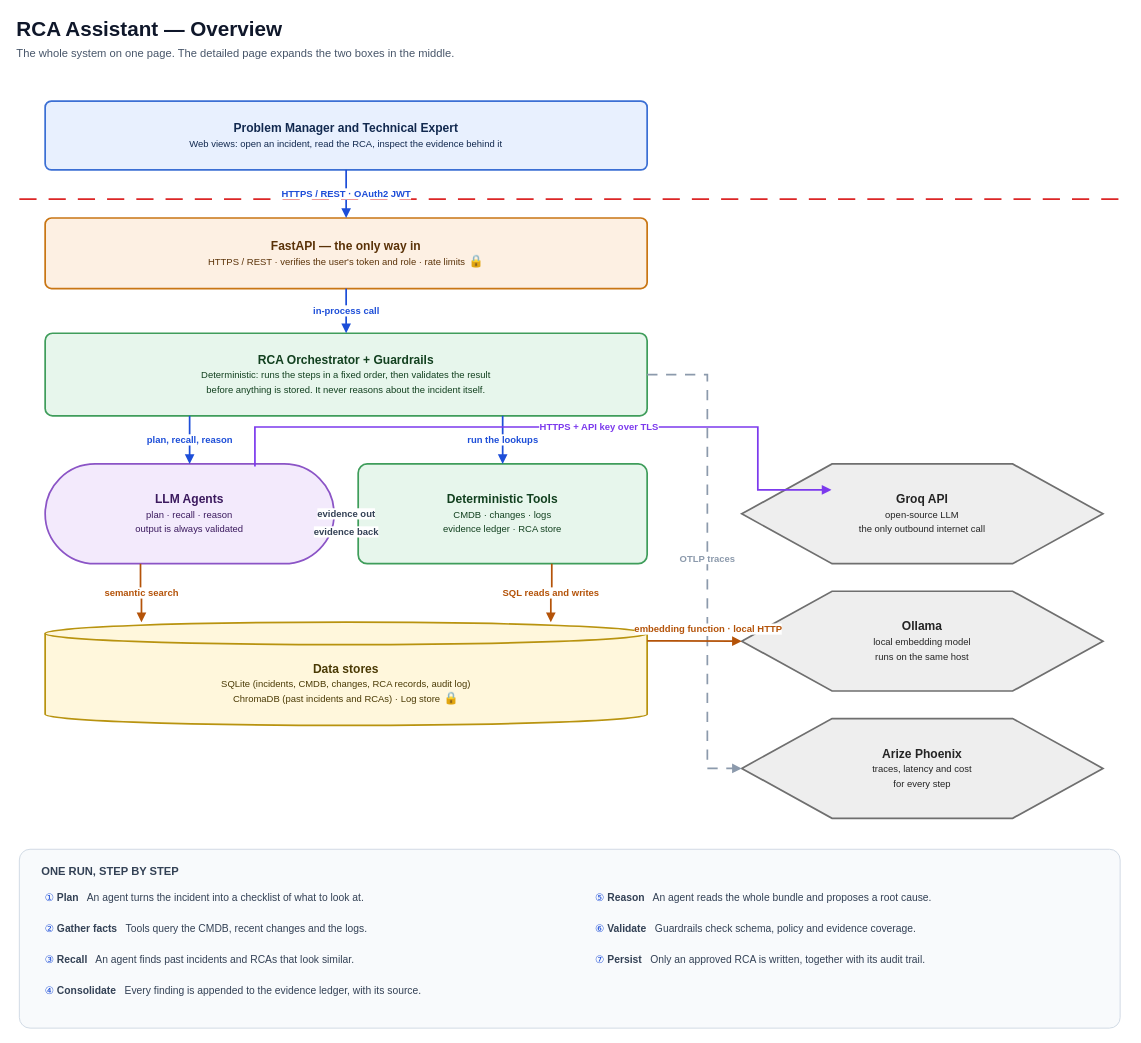
cristivalea/root-cause-analysis keeps this draw.io diagram as page "1 Overview" (1 of 2) of diagrams/04-architecture/rca-architecture.drawio. Above is the earlier version. Source tidied: cells renumbered, new cells numbered last; positions are measured from the earlier drawing's top-left corner, leaving out a move shared by most shapes. Both pictures are drawn from the tidied source at 86%, with x=0, y=0 at pixel (15, 15).
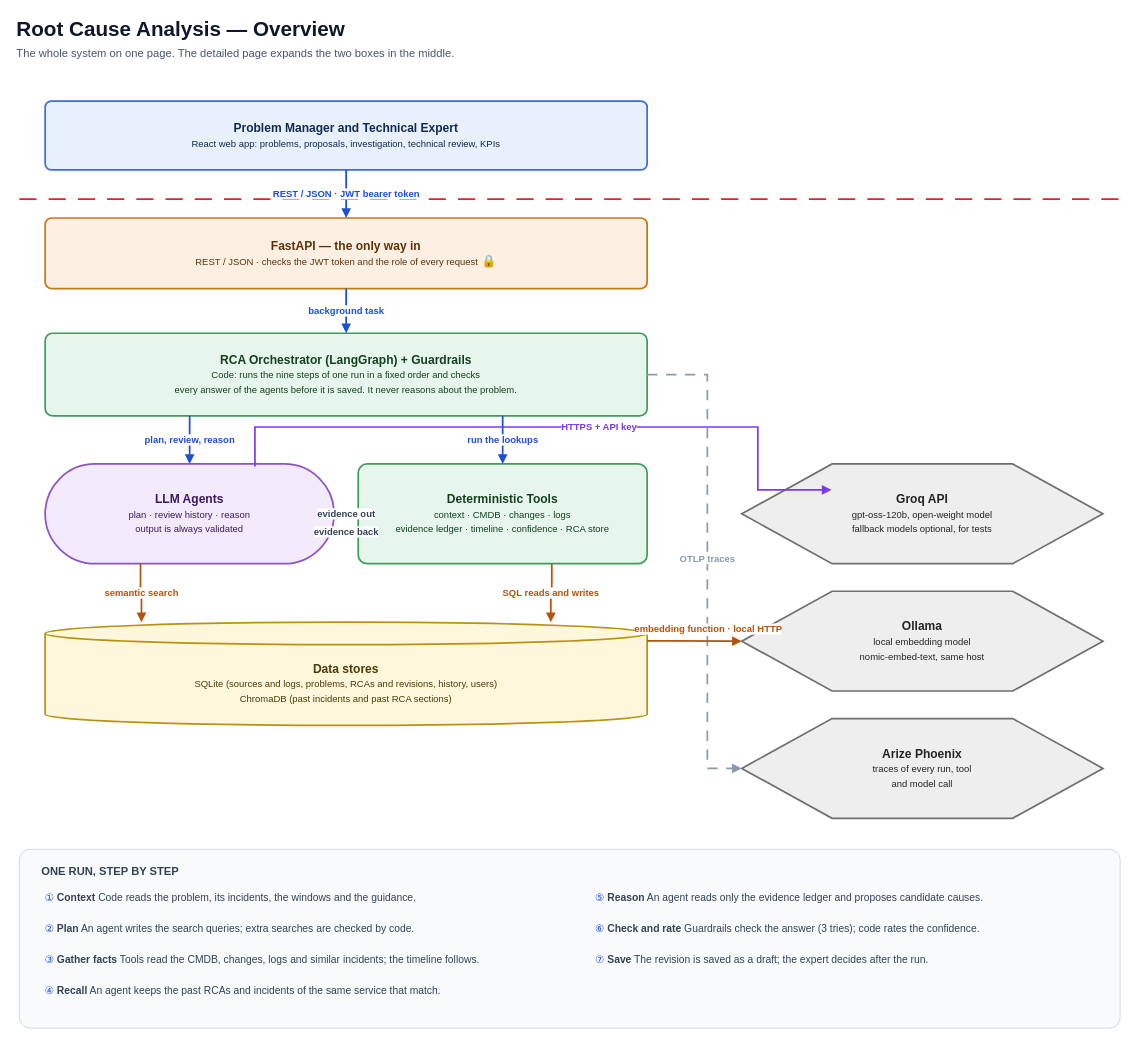
The same diagram, later.

What changed in the source:
```diff
@@
-    <mxCell id="2" value="&lt;b&gt;Problem Manager  and  Technical Expert&lt;/b&gt;&lt;br&gt;&lt;font style='font-size:11px'&gt;Web views: open an incident, read the RCA, inspect the evidence behind it&lt;/font&gt;" style="rounded=1;arcSize=9;whiteSpace=wrap;html=1;fillColor=#E8F0FE;strokeColor=#3B6FD4;fontColor=#12294F;strokeWidth=2;align=center;verticalAlign=middle;fontSize=14;" parent="1" vertex="1">
+    <mxCell id="2" value="&lt;b&gt;Problem Manager  and  Technical Expert&lt;/b&gt;&lt;br&gt;&lt;font style='font-size:11px'&gt;React web app: problems, proposals, investigation, technical review, KPIs&lt;/font&gt;" style="rounded=1;arcSize=9;whiteSpace=wrap;html=1;fillColor=#E8F0FE;strokeColor=#3B6FD4;fontColor=#12294F;strokeWidth=2;align=center;verticalAlign=middle;fontSize=14;" parent="1" vertex="1">
       <mxGeometry x="35" y="100" width="700" height="80" as="geometry" />
     </mxCell>
-    <mxCell id="3" value="&lt;b&gt;FastAPI  —  the only way in&lt;/b&gt;&lt;br&gt;&lt;font style='font-size:11px'&gt;HTTPS / REST  ·  verifies the user's token and role  ·  rate limits&lt;/font&gt; 🔒" style="rounded=1;arcSize=9;whiteSpace=wrap;html=1;fillColor=#FDF0E3;strokeColor=#C97614;fontColor=#5A3208;strokeWidth=2;align=center;verticalAlign=middle;fontSize=14;" parent="1" vertex="1">
+    <mxCell id="3" value="&lt;b&gt;FastAPI  —  the only way in&lt;/b&gt;&lt;br&gt;&lt;font style='font-size:11px'&gt;REST / JSON  ·  checks the JWT token and the role of every request&lt;/font&gt; 🔒" style="rounded=1;arcSize=9;whiteSpace=wrap;html=1;fillColor=#FDF0E3;strokeColor=#C97614;fontColor=#5A3208;strokeWidth=2;align=center;verticalAlign=middle;fontSize=14;" parent="1" vertex="1">
       <mxGeometry x="35" y="236" width="700" height="82" as="geometry" />
     </mxCell>
-    <mxCell id="4" value="&lt;b&gt;RCA Orchestrator  +  Guardrails&lt;/b&gt;&lt;br&gt;&lt;font style='font-size:11px'&gt;Deterministic: runs the steps in a fixed order, then validates the result&lt;/font&gt;&lt;br&gt;&lt;font style='font-size:11px'&gt;before anything is stored. It never reasons about the incident itself.&lt;/font&gt;" style="rounded=1;arcSize=9;whiteSpace=wrap;html=1;fillColor=#E7F6EC;strokeColor=#3F9D5B;fontColor=#12401F;strokeWidth=2;align=center;verticalAlign=middle;fontSize=14;" parent="1" vertex="1">
+    <mxCell id="4" value="&lt;b&gt;RCA Orchestrator (LangGraph)  +  Guardrails&lt;/b&gt;&lt;br&gt;&lt;font style='font-size:11px'&gt;Code: runs the nine steps of one run in a fixed order and checks&lt;/font&gt;&lt;br&gt;&lt;font style='font-size:11px'&gt;every answer of the agents before it is saved. It never reasons about the problem.&lt;/font&gt;" style="rounded=1;arcSize=9;whiteSpace=wrap;html=1;fillColor=#E7F6EC;strokeColor=#3F9D5B;fontColor=#12401F;strokeWidth=2;align=center;verticalAlign=middle;fontSize=14;" parent="1" vertex="1">
       <mxGeometry x="35" y="370" width="700" height="96" as="geometry" />
     </mxCell>
-    <mxCell id="5" value="&lt;b&gt;LLM Agents&lt;/b&gt;&lt;br&gt;&lt;font style='font-size:11px'&gt;plan  ·  recall  ·  reason&lt;/font&gt;&lt;br&gt;&lt;font style='font-size:11px'&gt;output is always validated&lt;/font&gt;" style="rounded=1;arcSize=50;whiteSpace=wrap;html=1;fillColor=#F3EAFC;strokeColor=#8B54C6;fontColor=#3B1A5E;strokeWidth=2;align=center;verticalAlign=middle;fontSize=14;" parent="1" vertex="1">
+    <mxCell id="5" value="&lt;b&gt;LLM Agents&lt;/b&gt;&lt;br&gt;&lt;font style='font-size:11px'&gt;plan  ·  review history  ·  reason&lt;/font&gt;&lt;br&gt;&lt;font style='font-size:11px'&gt;output is always validated&lt;/font&gt;" style="rounded=1;arcSize=50;whiteSpace=wrap;html=1;fillColor=#F3EAFC;strokeColor=#8B54C6;fontColor=#3B1A5E;strokeWidth=2;align=center;verticalAlign=middle;fontSize=14;" parent="1" vertex="1">
       <mxGeometry x="35" y="522" width="336" height="116" as="geometry" />
     </mxCell>
-    <mxCell id="6" value="&lt;b&gt;Deterministic Tools&lt;/b&gt;&lt;br&gt;&lt;font style='font-size:11px'&gt;CMDB  ·  changes  ·  logs&lt;/font&gt;&lt;br&gt;&lt;font style='font-size:11px'&gt;evidence ledger  ·  RCA store&lt;/font&gt;" style="rounded=1;arcSize=9;whiteSpace=wrap;html=1;fillColor=#E7F6EC;strokeColor=#3F9D5B;fontColor=#12401F;strokeWidth=2;align=center;verticalAlign=middle;fontSize=14;" parent="1" vertex="1">
+    <mxCell id="6" value="&lt;b&gt;Deterministic Tools&lt;/b&gt;&lt;br&gt;&lt;font style='font-size:11px'&gt;context  ·  CMDB  ·  changes  ·  logs&lt;/font&gt;&lt;br&gt;&lt;font style='font-size:11px'&gt;evidence ledger  ·  timeline  ·  confidence  ·  RCA store&lt;/font&gt;" style="rounded=1;arcSize=9;whiteSpace=wrap;html=1;fillColor=#E7F6EC;strokeColor=#3F9D5B;fontColor=#12401F;strokeWidth=2;align=center;verticalAlign=middle;fontSize=14;" parent="1" vertex="1">
       <mxGeometry x="399" y="522" width="336" height="116" as="geometry" />
     </mxCell>
-    <mxCell id="7" value="&lt;b&gt;Data stores&lt;/b&gt;&lt;br&gt;&lt;font style='font-size:11px'&gt;SQLite  (incidents, CMDB, changes, RCA records, audit log)&lt;/font&gt;&lt;br&gt;&lt;font style='font-size:11px'&gt;ChromaDB  (past incidents and RCAs)   ·   Log store&lt;/font&gt; 🔒" style="shape=cylinder3;boundedLbl=1;backgroundOutline=1;size=13;whiteSpace=wrap;html=1;fillColor=#FFF7DC;strokeColor=#B8930F;fontColor=#4A3A05;strokeWidth=2;align=center;verticalAlign=middle;fontSize=14;" parent="1" vertex="1">
+    <mxCell id="7" value="&lt;b&gt;Data stores&lt;/b&gt;&lt;br&gt;&lt;font style='font-size:11px'&gt;SQLite  (sources and logs, problems, RCAs and revisions, history, users)&lt;/font&gt;&lt;br&gt;&lt;font style='font-size:11px'&gt;ChromaDB  (past incidents and past RCA sections)&lt;/font&gt;" style="shape=cylinder3;boundedLbl=1;backgroundOutline=1;size=13;whiteSpace=wrap;html=1;fillColor=#FFF7DC;strokeColor=#B8930F;fontColor=#4A3A05;strokeWidth=2;align=center;verticalAlign=middle;fontSize=14;" parent="1" vertex="1">
       <mxGeometry x="35" y="706" width="700" height="120" as="geometry" />
     </mxCell>
-    <mxCell id="8" value="&lt;b&gt;Groq API&lt;/b&gt;&lt;br&gt;&lt;font style='font-size:11px'&gt;open-source LLM&lt;/font&gt;&lt;br&gt;&lt;font style='font-size:11px'&gt;the only outbound internet call&lt;/font&gt;" style="shape=hexagon;perimeter=hexagonPerimeter2;whiteSpace=wrap;html=1;fillColor=#EEEEEE;strokeColor=#6F6F6F;fontColor=#242424;strokeWidth=2;align=center;verticalAlign=middle;fontSize=14;" parent="1" vertex="1">
+    <mxCell id="8" value="&lt;b&gt;Groq API&lt;/b&gt;&lt;br&gt;&lt;font style='font-size:11px'&gt;gpt-oss-120b, open-weight model&lt;/font&gt;&lt;br&gt;&lt;font style='font-size:11px'&gt;fallback models optional, for tests&lt;/font&gt;" style="shape=hexagon;perimeter=hexagonPerimeter2;whiteSpace=wrap;html=1;fillColor=#EEEEEE;strokeColor=#6F6F6F;fontColor=#242424;strokeWidth=2;align=center;verticalAlign=middle;fontSize=14;" parent="1" vertex="1">
       <mxGeometry x="845" y="522" width="420" height="116" as="geometry" />
     </mxCell>
-    <mxCell id="9" value="&lt;b&gt;Ollama&lt;/b&gt;&lt;br&gt;&lt;font style='font-size:11px'&gt;local embedding model&lt;/font&gt;&lt;br&gt;&lt;font style='font-size:11px'&gt;runs on the same host&lt;/font&gt;" style="shape=hexagon;perimeter=hexagonPerimeter2;whiteSpace=wrap;html=1;fillColor=#EEEEEE;strokeColor=#6F6F6F;fontColor=#242424;strokeWidth=2;align=center;verticalAlign=middle;fontSize=14;" parent="1" vertex="1">
+    <mxCell id="9" value="&lt;b&gt;Ollama&lt;/b&gt;&lt;br&gt;&lt;font style='font-size:11px'&gt;local embedding model&lt;/font&gt;&lt;br&gt;&lt;font style='font-size:11px'&gt;nomic-embed-text, same host&lt;/font&gt;" style="shape=hexagon;perimeter=hexagonPerimeter2;whiteSpace=wrap;html=1;fillColor=#EEEEEE;strokeColor=#6F6F6F;fontColor=#242424;strokeWidth=2;align=center;verticalAlign=middle;fontSize=14;" parent="1" vertex="1">
       <mxGeometry x="845" y="670" width="420" height="116" as="geometry" />
     </mxCell>
-    <mxCell id="10" value="&lt;b&gt;Arize Phoenix&lt;/b&gt;&lt;br&gt;&lt;font style='font-size:11px'&gt;traces, latency and cost&lt;/font&gt;&lt;br&gt;&lt;font style='font-size:11px'&gt;for every step&lt;/font&gt;" style="shape=hexagon;perimeter=hexagonPerimeter2;whiteSpace=wrap;html=1;fillColor=#EEEEEE;strokeColor=#6F6F6F;fontColor=#242424;strokeWidth=2;align=center;verticalAlign=middle;fontSize=14;" parent="1" vertex="1">
+    <mxCell id="10" value="&lt;b&gt;Arize Phoenix&lt;/b&gt;&lt;br&gt;&lt;font style='font-size:11px'&gt;traces of every run, tool&lt;/font&gt;&lt;br&gt;&lt;font style='font-size:11px'&gt;and model call&lt;/font&gt;" style="shape=hexagon;perimeter=hexagonPerimeter2;whiteSpace=wrap;html=1;fillColor=#EEEEEE;strokeColor=#6F6F6F;fontColor=#242424;strokeWidth=2;align=center;verticalAlign=middle;fontSize=14;" parent="1" vertex="1">
       <mxGeometry x="845" y="818" width="420" height="116" as="geometry" />
     </mxCell>
-    <mxCell id="11" value="&lt;b&gt;RCA Assistant — Overview&lt;/b&gt;" style="text;html=1;strokeColor=none;fillColor=none;align=left;verticalAlign=middle;whiteSpace=wrap;rounded=0;fontSize=24;fontColor=#0F172A;fontStyle=1;" parent="1" vertex="1">
+    <mxCell id="11" value="&lt;b&gt;Root Cause Analysis — Overview&lt;/b&gt;" style="text;html=1;strokeColor=none;fillColor=none;align=left;verticalAlign=middle;whiteSpace=wrap;rounded=0;fontSize=24;fontColor=#0F172A;fontStyle=1;" parent="1" vertex="1">
       <mxGeometry width="800" height="34" as="geometry" />
     </mxCell>
@@
-    <mxCell id="14" value="HTTPS / REST · OAuth2 JWT" style="edgeStyle=orthogonalEdgeStyle;rounded=0;html=1;jettySize=auto;strokeColor=#1D4ED8;strokeWidth=2;endArrow=block;endFill=1;fontSize=11;fontStyle=1;fontColor=#1D4ED8;labelBackgroundColor=#FFFFFF;exitX=0.5;exitY=1;exitDx=0;exitDy=0;entryX=0.5;entryY=0;entryDx=0;entryDy=0;" parent="1" edge="1" source="2" target="3">
+    <mxCell id="14" value="REST / JSON · JWT bearer token" style="edgeStyle=orthogonalEdgeStyle;rounded=0;html=1;jettySize=auto;strokeColor=#1D4ED8;strokeWidth=2;endArrow=block;endFill=1;fontSize=11;fontStyle=1;fontColor=#1D4ED8;labelBackgroundColor=#FFFFFF;exitX=0.5;exitY=1;exitDx=0;exitDy=0;entryX=0.5;entryY=0;entryDx=0;entryDy=0;" parent="1" edge="1" source="2" target="3">
       <mxGeometry relative="1" as="geometry" />
     </mxCell>
-    <mxCell id="15" value="in-process call" style="edgeStyle=orthogonalEdgeStyle;rounded=0;html=1;jettySize=auto;strokeColor=#1D4ED8;strokeWidth=2;endArrow=block;endFill=1;fontSize=11;fontStyle=1;fontColor=#1D4ED8;labelBackgroundColor=#FFFFFF;exitX=0.5;exitY=1;exitDx=0;exitDy=0;entryX=0.5;entryY=0;entryDx=0;entryDy=0;" parent="1" edge="1" source="3" target="4">
+    <mxCell id="15" value="background task" style="edgeStyle=orthogonalEdgeStyle;rounded=0;html=1;jettySize=auto;strokeColor=#1D4ED8;strokeWidth=2;endArrow=block;endFill=1;fontSize=11;fontStyle=1;fontColor=#1D4ED8;labelBackgroundColor=#FFFFFF;exitX=0.5;exitY=1;exitDx=0;exitDy=0;entryX=0.5;entryY=0;entryDx=0;entryDy=0;" parent="1" edge="1" source="3" target="4">
       <mxGeometry relative="1" as="geometry" />
     </mxCell>
-    <mxCell id="16" value="plan, recall, reason" style="edgeStyle=orthogonalEdgeStyle;rounded=0;html=1;jettySize=auto;strokeColor=#1D4ED8;strokeWidth=2;endArrow=block;endFill=1;fontSize=11;fontStyle=1;fontColor=#1D4ED8;labelBackgroundColor=#FFFFFF;exitX=0.24;exitY=1;exitDx=0;exitDy=0;entryX=0.5;entryY=0;entryDx=0;entryDy=0;" parent="1" edge="1" source="4" target="5">
+    <mxCell id="16" value="plan, review, reason" style="edgeStyle=orthogonalEdgeStyle;rounded=0;html=1;jettySize=auto;strokeColor=#1D4ED8;strokeWidth=2;endArrow=block;endFill=1;fontSize=11;fontStyle=1;fontColor=#1D4ED8;labelBackgroundColor=#FFFFFF;exitX=0.24;exitY=1;exitDx=0;exitDy=0;entryX=0.5;entryY=0;entryDx=0;entryDy=0;" parent="1" edge="1" source="4" target="5">
       <mxGeometry relative="1" as="geometry" />
     </mxCell>
@@
-    <mxCell id="22" value="HTTPS + API key over TLS" style="edgeStyle=orthogonalEdgeStyle;rounded=0;html=1;jettySize=auto;strokeColor=#7C3AED;strokeWidth=2;endArrow=block;endFill=1;fontSize=11;fontStyle=1;fontColor=#7C3AED;labelBackgroundColor=#FFFFFF;entryX=0;entryY=0.33;entryDx=0;entryDy=0;exitX=0.726;exitY=0.026;exitDx=0;exitDy=0;exitPerimeter=0;" parent="1" edge="1" source="5">
+    <mxCell id="22" value="HTTPS + API key" style="edgeStyle=orthogonalEdgeStyle;rounded=0;html=1;jettySize=auto;strokeColor=#7C3AED;strokeWidth=2;endArrow=block;endFill=1;fontSize=11;fontStyle=1;fontColor=#7C3AED;labelBackgroundColor=#FFFFFF;entryX=0;entryY=0.33;entryDx=0;entryDy=0;exitX=0.726;exitY=0.026;exitDx=0;exitDy=0;exitPerimeter=0;" parent="1" edge="1" source="5">
       <mxGeometry x="0.13" relative="1" as="geometry">
         <mxPoint x="949.3" y="552.1" as="targetPoint" />
         <Array as="points">
           <mxPoint x="278.9" y="479" />
           <mxPoint x="863.7" y="479" />
           <mxPoint x="863.7" y="552.1" />
         </Array>
       </mxGeometry>
     </mxCell>
@@
-    <mxCell id="26" value="&lt;font color='#1D4ED8'&gt;①&lt;/font&gt; &lt;b&gt;Plan&lt;/b&gt;   An agent turns the incident into a checklist of what to look at." style="text;html=1;strokeColor=none;fillColor=none;align=left;verticalAlign=middle;whiteSpace=wrap;rounded=0;fontSize=12;fontColor=#334155;fontStyle=0;" parent="1" vertex="1">
+    <mxCell id="26" value="&lt;font color='#1D4ED8'&gt;①&lt;/font&gt; &lt;b&gt;Context&lt;/b&gt;   Code reads the problem, its incidents, the windows and the guidance." style="text;html=1;strokeColor=none;fillColor=none;align=left;verticalAlign=middle;whiteSpace=wrap;rounded=0;fontSize=12;fontColor=#334155;fontStyle=0;" parent="1" vertex="1">
       <mxGeometry x="33" y="1014" width="620" height="26" as="geometry" />
     </mxCell>
-    <mxCell id="27" value="&lt;font color='#1D4ED8'&gt;②&lt;/font&gt; &lt;b&gt;Gather facts&lt;/b&gt;   Tools query the CMDB, recent changes and the logs." style="text;html=1;strokeColor=none;fillColor=none;align=left;verticalAlign=middle;whiteSpace=wrap;rounded=0;fontSize=12;fontColor=#334155;fontStyle=0;" parent="1" vertex="1">
+    <mxCell id="27" value="&lt;font color='#1D4ED8'&gt;②&lt;/font&gt; &lt;b&gt;Plan&lt;/b&gt;   An agent writes the search queries; extra searches are checked by code." style="text;html=1;strokeColor=none;fillColor=none;align=left;verticalAlign=middle;whiteSpace=wrap;rounded=0;fontSize=12;fontColor=#334155;fontStyle=0;" parent="1" vertex="1">
       <mxGeometry x="33" y="1050" width="620" height="26" as="geometry" />
     </mxCell>
-    <mxCell id="28" value="&lt;font color='#1D4ED8'&gt;③&lt;/font&gt; &lt;b&gt;Recall&lt;/b&gt;   An agent finds past incidents and RCAs that look similar." style="text;html=1;strokeColor=none;fillColor=none;align=left;verticalAlign=middle;whiteSpace=wrap;rounded=0;fontSize=12;fontColor=#334155;fontStyle=0;" parent="1" vertex="1">
+    <mxCell id="28" value="&lt;font color='#1D4ED8'&gt;③&lt;/font&gt; &lt;b&gt;Gather facts&lt;/b&gt;   Tools read the CMDB, changes, logs and similar incidents; the timeline follows." style="text;html=1;strokeColor=none;fillColor=none;align=left;verticalAlign=middle;whiteSpace=wrap;rounded=0;fontSize=12;fontColor=#334155;fontStyle=0;" parent="1" vertex="1">
       <mxGeometry x="33" y="1086" width="620" height="26" as="geometry" />
     </mxCell>
-    <mxCell id="29" value="&lt;font color='#1D4ED8'&gt;④&lt;/font&gt; &lt;b&gt;Consolidate&lt;/b&gt;   Every finding is appended to the evidence ledger, with its source." style="text;html=1;strokeColor=none;fillColor=none;align=left;verticalAlign=middle;whiteSpace=wrap;rounded=0;fontSize=12;fontColor=#334155;fontStyle=0;" parent="1" vertex="1">
+    <mxCell id="29" value="&lt;font color='#1D4ED8'&gt;④&lt;/font&gt; &lt;b&gt;Recall&lt;/b&gt;   An agent keeps the past RCAs and incidents of the same service that match." style="text;html=1;strokeColor=none;fillColor=none;align=left;verticalAlign=middle;whiteSpace=wrap;rounded=0;fontSize=12;fontColor=#334155;fontStyle=0;" parent="1" vertex="1">
       <mxGeometry x="33" y="1122" width="620" height="26" as="geometry" />
     </mxCell>
-    <mxCell id="30" value="&lt;font color='#1D4ED8'&gt;⑤&lt;/font&gt; &lt;b&gt;Reason&lt;/b&gt;   An agent reads the whole bundle and proposes a root cause." style="text;html=1;strokeColor=none;fillColor=none;align=left;verticalAlign=middle;whiteSpace=wrap;rounded=0;fontSize=12;fontColor=#334155;fontStyle=0;" parent="1" vertex="1">
+    <mxCell id="30" value="&lt;font color='#1D4ED8'&gt;⑤&lt;/font&gt; &lt;b&gt;Reason&lt;/b&gt;   An agent reads only the evidence ledger and proposes candidate causes." style="text;html=1;strokeColor=none;fillColor=none;align=left;verticalAlign=middle;whiteSpace=wrap;rounded=0;fontSize=12;fontColor=#334155;fontStyle=0;" parent="1" vertex="1">
       <mxGeometry x="673" y="1014" width="620" height="26" as="geometry" />
     </mxCell>
-    <mxCell id="31" value="&lt;font color='#1D4ED8'&gt;⑥&lt;/font&gt; &lt;b&gt;Validate&lt;/b&gt;   Guardrails check schema, policy and evidence coverage." style="text;html=1;strokeColor=none;fillColor=none;align=left;verticalAlign=middle;whiteSpace=wrap;rounded=0;fontSize=12;fontColor=#334155;fontStyle=0;" parent="1" vertex="1">
+    <mxCell id="31" value="&lt;font color='#1D4ED8'&gt;⑥&lt;/font&gt; &lt;b&gt;Check and rate&lt;/b&gt;   Guardrails check the answer (3 tries); code rates the confidence." style="text;html=1;strokeColor=none;fillColor=none;align=left;verticalAlign=middle;whiteSpace=wrap;rounded=0;fontSize=12;fontColor=#334155;fontStyle=0;" parent="1" vertex="1">
       <mxGeometry x="673" y="1050" width="620" height="26" as="geometry" />
     </mxCell>
-    <mxCell id="32" value="&lt;font color='#1D4ED8'&gt;⑦&lt;/font&gt; &lt;b&gt;Persist&lt;/b&gt;   Only an approved RCA is written, together with its audit trail." style="text;html=1;strokeColor=none;fillColor=none;align=left;verticalAlign=middle;whiteSpace=wrap;rounded=0;fontSize=12;fontColor=#334155;fontStyle=0;" parent="1" vertex="1">
+    <mxCell id="32" value="&lt;font color='#1D4ED8'&gt;⑦&lt;/font&gt; &lt;b&gt;Save&lt;/b&gt;   The revision is saved as a draft; the expert decides after the run." style="text;html=1;strokeColor=none;fillColor=none;align=left;verticalAlign=middle;whiteSpace=wrap;rounded=0;fontSize=12;fontColor=#334155;fontStyle=0;" parent="1" vertex="1">
       <mxGeometry x="673" y="1086" width="620" height="26" as="geometry" />
     </mxCell>
```
